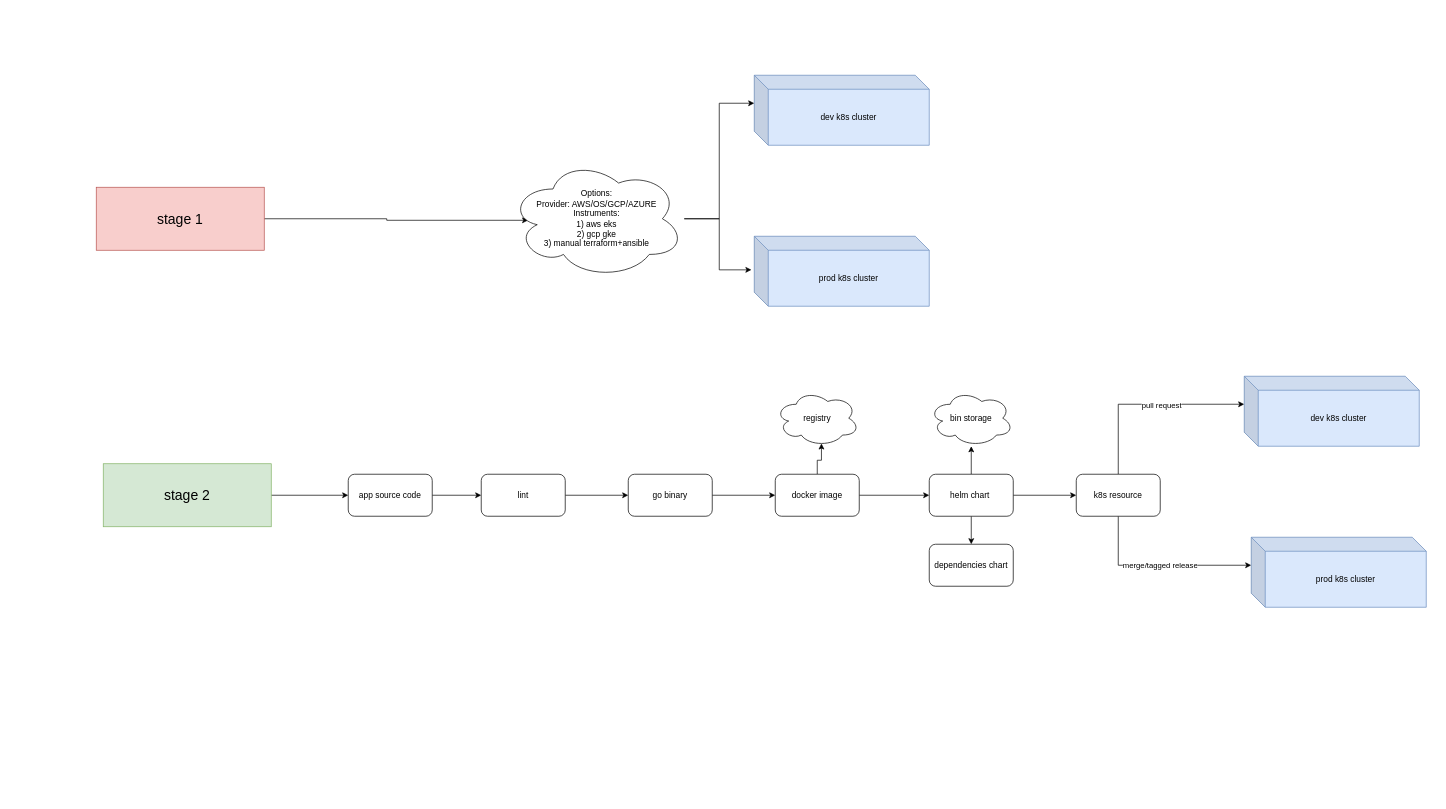
This is cicd_stage_1/ERVCP_simple_CICD.drawio from naumvd95/devops-test-task, a draw.io file, before an edit. Source tidied: cells renumbered, new cells numbered last; positions are measured from the earlier drawing's top-left corner, leaving out a move shared by most shapes. Both pictures are drawn from the tidied source at 70%, with x=0, y=0 at pixel (96, 75).
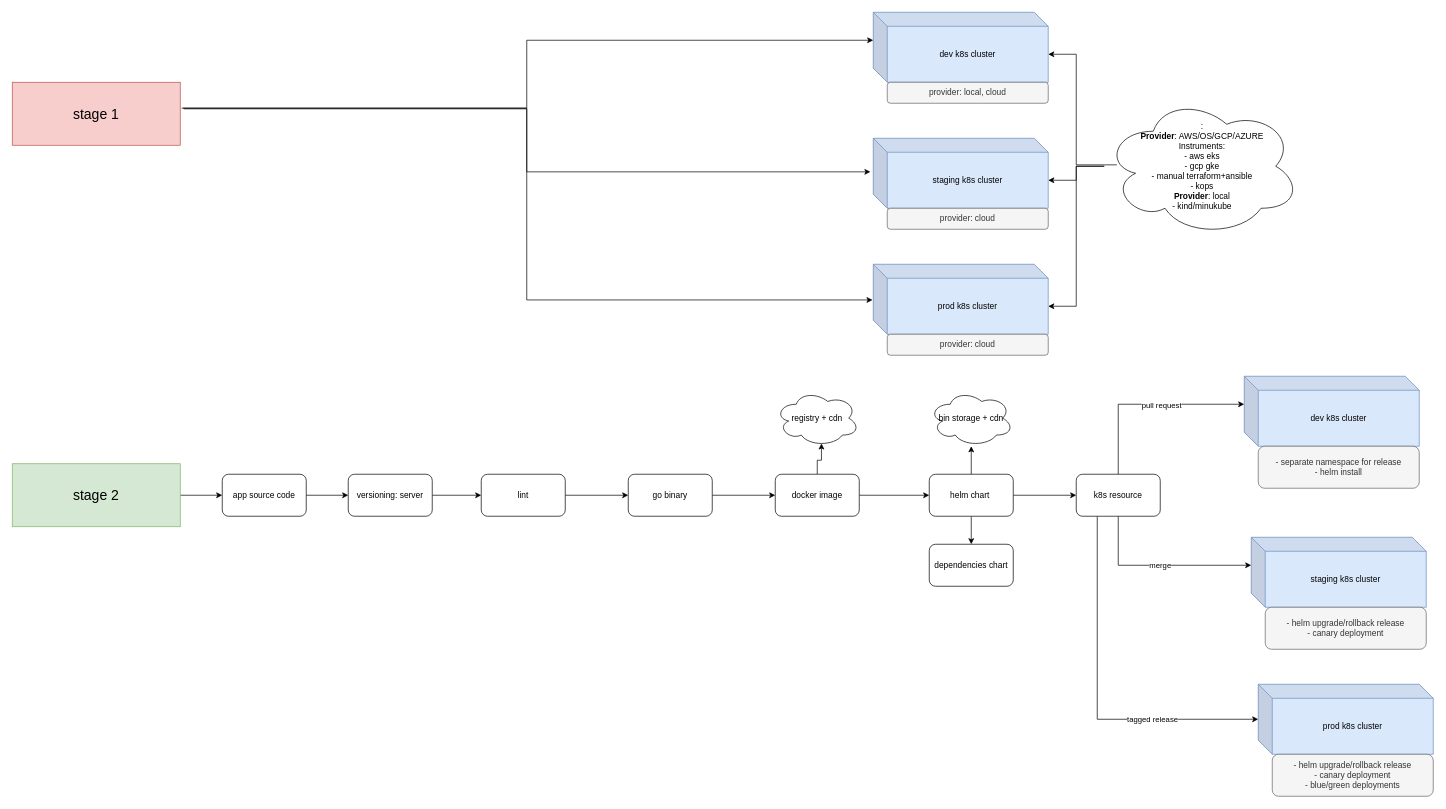
The same diagram, later.

Commit message (it also covers changes not shown here):
[feat][docs] add cicd design docs

The change refers to these unchanged cells:
```xml
<mxCell id="25" style="edgeStyle=orthogonalEdgeStyle;rounded=0;jettySize=auto;html=1;entryX=0;entryY=0;entryDx=0;entryDy=40;entryPerimeter=0;" parent="1" edge="1" source="27" target="29">
  <mxGeometry relative="1" as="geometry">
    <Array as="points">
      <mxPoint x="1460" y="700" />
    </Array>
  </mxGeometry>
</mxCell>
<mxCell id="27" value="k8s resource" style="rounded=1;whiteSpace=wrap;html=1;" parent="1" vertex="1">
  <mxGeometry x="1400" y="570" width="120" height="60" as="geometry" />
</mxCell>
```

What changed in the source:
```diff
@@
-    <mxCell id="2" style="edgeStyle=orthogonalEdgeStyle;rounded=0;jettySize=auto;html=1;entryX=0.108;entryY=0.513;entryDx=0;entryDy=0;entryPerimeter=0;" parent="1" edge="1" source="3" target="10">
-      <mxGeometry relative="1" as="geometry" />
-    </mxCell>
     <mxCell id="3" value="&lt;font style=&quot;font-size: 20px&quot;&gt;stage 1&lt;/font&gt;" style="rounded=0;whiteSpace=wrap;html=1;fillColor=#f8cecc;strokeColor=#b85450;" parent="1" vertex="1">
-      <mxGeometry y="160" width="240" height="90" as="geometry" />
+      <mxGeometry x="-120" y="10" width="240" height="90" as="geometry" />
     </mxCell>
-    <mxCell id="4" style="edgeStyle=orthogonalEdgeStyle;rounded=0;jettySize=auto;html=1;entryX=0;entryY=0.5;entryDx=0;entryDy=0;" parent="1" edge="1" source="5" target="31">
-      <mxGeometry relative="1" as="geometry" />
-    </mxCell>
+    <mxCell id="34" style="edgeStyle=orthogonalEdgeStyle;rounded=0;jettySize=auto;html=1;entryX=0;entryY=0.5;entryDx=0;entryDy=0;" parent="1" edge="1" source="5" target="48">
+      <mxGeometry relative="1" as="geometry" />
+    </mxCell>
     <mxCell id="5" value="&lt;font style=&quot;font-size: 20px&quot;&gt;stage 2&lt;/font&gt;" style="rounded=0;whiteSpace=wrap;html=1;fillColor=#d5e8d4;strokeColor=#82b366;" parent="1" vertex="1">
-      <mxGeometry x="10" y="555" width="240" height="90" as="geometry" />
+      <mxGeometry x="-120" y="555" width="240" height="90" as="geometry" />
     </mxCell>
     <mxCell id="6" value="dev k8s cluster" style="shape=cube;whiteSpace=wrap;html=1;boundedLbl=1;backgroundOutline=1;darkOpacity=0.05;darkOpacity2=0.1;fillColor=#dae8fc;strokeColor=#6c8ebf;" parent="1" vertex="1">
-      <mxGeometry x="940" width="250" height="100" as="geometry" />
+      <mxGeometry x="1110" y="-90" width="250" height="100" as="geometry" />
     </mxCell>
-    <mxCell id="7" value="prod k8s cluster" style="shape=cube;whiteSpace=wrap;html=1;boundedLbl=1;backgroundOutline=1;darkOpacity=0.05;darkOpacity2=0.1;fillColor=#dae8fc;strokeColor=#6c8ebf;" parent="1" vertex="1">
-      <mxGeometry x="940" y="230" width="250" height="100" as="geometry" />
+    <mxCell id="7" value="staging k8s cluster" style="shape=cube;whiteSpace=wrap;html=1;boundedLbl=1;backgroundOutline=1;darkOpacity=0.05;darkOpacity2=0.1;fillColor=#dae8fc;strokeColor=#6c8ebf;" parent="1" vertex="1">
+      <mxGeometry x="1110" y="90" width="250" height="100" as="geometry" />
     </mxCell>
-    <mxCell id="8" style="edgeStyle=orthogonalEdgeStyle;rounded=0;jettySize=auto;html=1;entryX=0;entryY=0;entryDx=0;entryDy=40;entryPerimeter=0;" parent="1" edge="1" source="10" target="6">
+    <mxCell id="8" style="edgeStyle=orthogonalEdgeStyle;rounded=0;jettySize=auto;html=1;entryX=0;entryY=0;entryDx=0;entryDy=40;entryPerimeter=0;exitX=1.008;exitY=0.411;exitDx=0;exitDy=0;exitPerimeter=0;" parent="1" edge="1" source="3" target="6">
       <mxGeometry relative="1" as="geometry" />
     </mxCell>
-    <mxCell id="9" style="edgeStyle=orthogonalEdgeStyle;rounded=0;jettySize=auto;html=1;entryX=-0.016;entryY=0.48;entryDx=0;entryDy=0;entryPerimeter=0;" parent="1" edge="1" source="10" target="7">
+    <mxCell id="9" style="edgeStyle=orthogonalEdgeStyle;rounded=0;jettySize=auto;html=1;entryX=-0.016;entryY=0.48;entryDx=0;entryDy=0;entryPerimeter=0;exitX=1.021;exitY=0.422;exitDx=0;exitDy=0;exitPerimeter=0;" parent="1" edge="1" source="3" target="7">
       <mxGeometry relative="1" as="geometry" />
     </mxCell>
-    <mxCell id="10" value="Options:&lt;br&gt;Provider: AWS/OS/GCP/AZURE&lt;br&gt;Instruments:&lt;br&gt;1) aws eks&lt;br&gt;2) gcp gke&lt;br&gt;3) manual terraform+ansible" style="ellipse;shape=cloud;whiteSpace=wrap;html=1;" parent="1" vertex="1">
-      <mxGeometry x="590" y="120" width="250" height="170" as="geometry" />
-    </mxCell>
+    <mxCell id="35" style="edgeStyle=orthogonalEdgeStyle;rounded=0;jettySize=auto;html=1;entryX=-0.004;entryY=0.51;entryDx=0;entryDy=0;entryPerimeter=0;exitX=1.017;exitY=0.411;exitDx=0;exitDy=0;exitPerimeter=0;" parent="1" edge="1" source="3" target="38">
+      <mxGeometry relative="1" as="geometry" />
+    </mxCell>
@@
-    <mxCell id="26" value="merge/tagged release" style="edgeLabel;html=1;align=center;verticalAlign=middle;" parent="25" vertex="1">
+    <mxCell id="26" value="merge" style="edgeLabel;html=1;align=center;verticalAlign=middle;" parent="25" vertex="1">
       <mxGeometry x="-0.01" relative="1" as="geometry" />
     </mxCell>
+    <mxCell id="36" style="edgeStyle=orthogonalEdgeStyle;rounded=0;jettySize=auto;html=1;exitX=0.25;exitY=1;exitDx=0;exitDy=0;entryX=0;entryY=0.5;entryDx=0;entryDy=0;entryPerimeter=0;" parent="1" edge="1" source="27" target="46">
+      <mxGeometry relative="1" as="geometry" />
+    </mxCell>
+    <mxCell id="37" value="tagged release" style="edgeLabel;html=1;align=center;verticalAlign=middle;" parent="36" vertex="1">
+      <mxGeometry x="0.11" y="78" relative="1" as="geometry" />
+    </mxCell>
@@
-    <mxCell id="29" value="prod k8s cluster" style="shape=cube;whiteSpace=wrap;html=1;boundedLbl=1;backgroundOutline=1;darkOpacity=0.05;darkOpacity2=0.1;fillColor=#dae8fc;strokeColor=#6c8ebf;" parent="1" vertex="1">
+    <mxCell id="29" value="staging k8s cluster" style="shape=cube;whiteSpace=wrap;html=1;boundedLbl=1;backgroundOutline=1;darkOpacity=0.05;darkOpacity2=0.1;fillColor=#dae8fc;strokeColor=#6c8ebf;" parent="1" vertex="1">
       <mxGeometry x="1650" y="660" width="250" height="100" as="geometry" />
     </mxCell>
@@
-    <mxCell id="31" value="app source code" style="rounded=1;whiteSpace=wrap;html=1;" parent="1" vertex="1">
+    <mxCell id="31" value="versioning: server" style="rounded=1;whiteSpace=wrap;html=1;" parent="1" vertex="1">
       <mxGeometry x="360" y="570" width="120" height="60" as="geometry" />
     </mxCell>
-    <mxCell id="32" value="registry&lt;br&gt;" style="ellipse;shape=cloud;whiteSpace=wrap;html=1;" parent="1" vertex="1">
+    <mxCell id="32" value="registry + cdn" style="ellipse;shape=cloud;whiteSpace=wrap;html=1;" parent="1" vertex="1">
       <mxGeometry x="970" y="450" width="120" height="80" as="geometry" />
     </mxCell>
-    <mxCell id="33" value="bin storage" style="ellipse;shape=cloud;whiteSpace=wrap;html=1;" parent="1" vertex="1">
+    <mxCell id="33" value="bin storage + cdn" style="ellipse;shape=cloud;whiteSpace=wrap;html=1;" parent="1" vertex="1">
       <mxGeometry x="1190" y="450" width="120" height="80" as="geometry" />
     </mxCell>
+    <mxCell id="38" value="prod k8s cluster" style="shape=cube;whiteSpace=wrap;html=1;boundedLbl=1;backgroundOutline=1;darkOpacity=0.05;darkOpacity2=0.1;fillColor=#dae8fc;strokeColor=#6c8ebf;" parent="1" vertex="1">
+      <mxGeometry x="1110" y="270" width="250" height="100" as="geometry" />
+    </mxCell>
+    <mxCell id="39" style="edgeStyle=orthogonalEdgeStyle;rounded=0;jettySize=auto;html=1;entryX=0;entryY=0;entryDx=250;entryDy=60;entryPerimeter=0;exitX=0.064;exitY=0.49;exitDx=0;exitDy=0;exitPerimeter=0;" parent="1" edge="1" source="42" target="6">
+      <mxGeometry relative="1" as="geometry" />
+    </mxCell>
+    <mxCell id="40" style="edgeStyle=orthogonalEdgeStyle;rounded=0;jettySize=auto;html=1;entryX=0;entryY=0;entryDx=250;entryDy=60;entryPerimeter=0;" parent="1" edge="1" source="42" target="7">
+      <mxGeometry relative="1" as="geometry" />
+    </mxCell>
+    <mxCell id="41" style="edgeStyle=orthogonalEdgeStyle;rounded=0;jettySize=auto;html=1;entryX=0;entryY=0;entryDx=250;entryDy=60;entryPerimeter=0;" parent="1" edge="1" source="42" target="38">
+      <mxGeometry relative="1" as="geometry" />
+    </mxCell>
+    <mxCell id="42" value=":&lt;br&gt;&lt;b&gt;Provider&lt;/b&gt;: AWS/OS/GCP/AZURE&lt;br&gt;Instruments:&lt;br&gt;- aws eks&lt;br&gt;- gcp gke&lt;br&gt;- manual terraform+ansible&lt;br&gt;- kops&lt;br&gt;&lt;b&gt;Provider&lt;/b&gt;: local&lt;br&gt;- kind/minukube" style="ellipse;shape=cloud;whiteSpace=wrap;html=1;" parent="1" vertex="1">
+      <mxGeometry x="1440" y="30" width="280" height="200" as="geometry" />
+    </mxCell>
+    <mxCell id="43" value="provider: local, cloud" style="rounded=1;whiteSpace=wrap;html=1;fillColor=#f5f5f5;strokeColor=#666666;fontColor=#333333;" parent="1" vertex="1">
+      <mxGeometry x="1130" y="10" width="230" height="30" as="geometry" />
+    </mxCell>
+    <mxCell id="44" value="provider: cloud" style="rounded=1;whiteSpace=wrap;html=1;fillColor=#f5f5f5;strokeColor=#666666;fontColor=#333333;" parent="1" vertex="1">
+      <mxGeometry x="1130" y="190" width="230" height="30" as="geometry" />
+    </mxCell>
+    <mxCell id="45" value="provider: cloud" style="rounded=1;whiteSpace=wrap;html=1;fillColor=#f5f5f5;strokeColor=#666666;fontColor=#333333;" parent="1" vertex="1">
+      <mxGeometry x="1130" y="370" width="230" height="30" as="geometry" />
+    </mxCell>
+    <mxCell id="46" value="prod k8s cluster" style="shape=cube;whiteSpace=wrap;html=1;boundedLbl=1;backgroundOutline=1;darkOpacity=0.05;darkOpacity2=0.1;fillColor=#dae8fc;strokeColor=#6c8ebf;" parent="1" vertex="1">
+      <mxGeometry x="1660" y="870" width="250" height="100" as="geometry" />
+    </mxCell>
+    <mxCell id="47" style="edgeStyle=orthogonalEdgeStyle;rounded=0;jettySize=auto;html=1;entryX=0;entryY=0.5;entryDx=0;entryDy=0;" parent="1" edge="1" source="48" target="31">
+      <mxGeometry relative="1" as="geometry" />
+    </mxCell>
+    <mxCell id="48" value="app source code" style="rounded=1;whiteSpace=wrap;html=1;" parent="1" vertex="1">
+      <mxGeometry x="180" y="570" width="120" height="60" as="geometry" />
+    </mxCell>
+    <mxCell id="49" value="- separate namespace for release&lt;br&gt;- helm install" style="rounded=1;whiteSpace=wrap;html=1;fillColor=#f5f5f5;strokeColor=#666666;fontColor=#333333;" parent="1" vertex="1">
+      <mxGeometry x="1660" y="530" width="230" height="60" as="geometry" />
+    </mxCell>
+    <mxCell id="50" value="- helm upgrade/rollback release&lt;br&gt;- canary deployment" style="rounded=1;whiteSpace=wrap;html=1;fillColor=#f5f5f5;strokeColor=#666666;fontColor=#333333;" parent="1" vertex="1">
+      <mxGeometry x="1670" y="760" width="230" height="60" as="geometry" />
+    </mxCell>
+    <mxCell id="51" value="- helm upgrade/rollback release&lt;br&gt;- canary deployment&lt;br&gt;- blue/green deployments" style="rounded=1;whiteSpace=wrap;html=1;fillColor=#f5f5f5;strokeColor=#666666;fontColor=#333333;" parent="1" vertex="1">
+      <mxGeometry x="1680" y="970" width="230" height="60" as="geometry" />
+    </mxCell>
```
